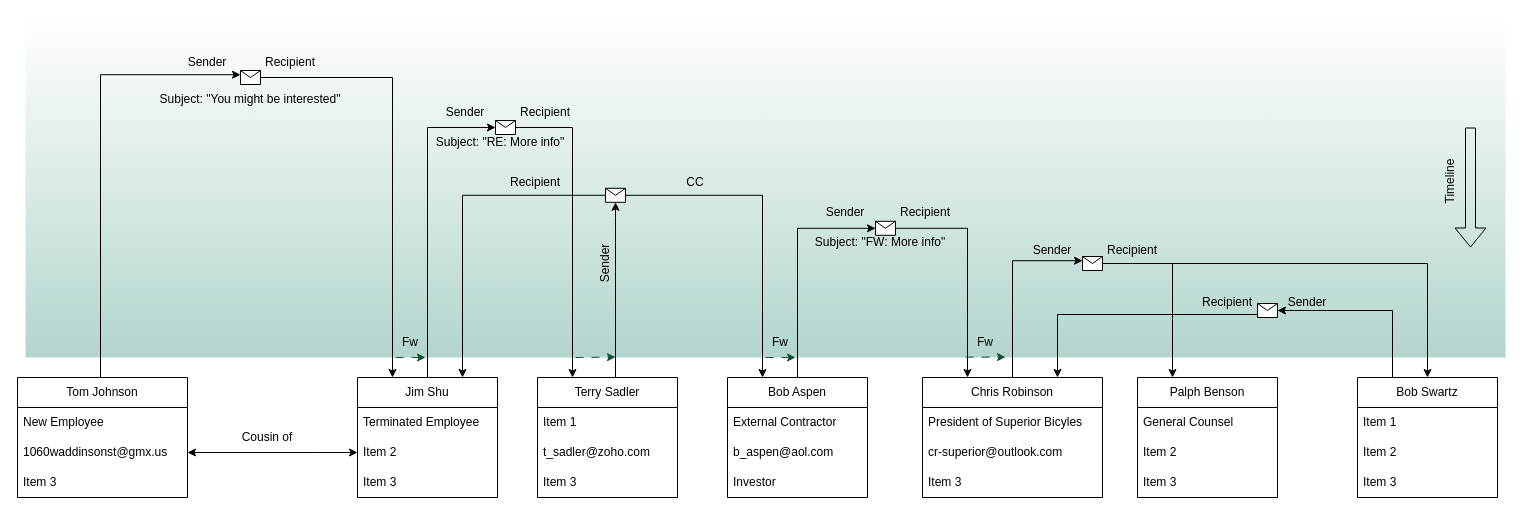
This is Untitled Diagram.drawio from Jeenix/info-sec, a draw.io file, before an edit. Source tidied: cells renumbered, new cells numbered last; positions are measured from the earlier drawing's top-left corner, leaving out a move shared by most shapes. Both pictures are drawn from the tidied source at 100%, with x=0, y=0 at pixel (17, 17).
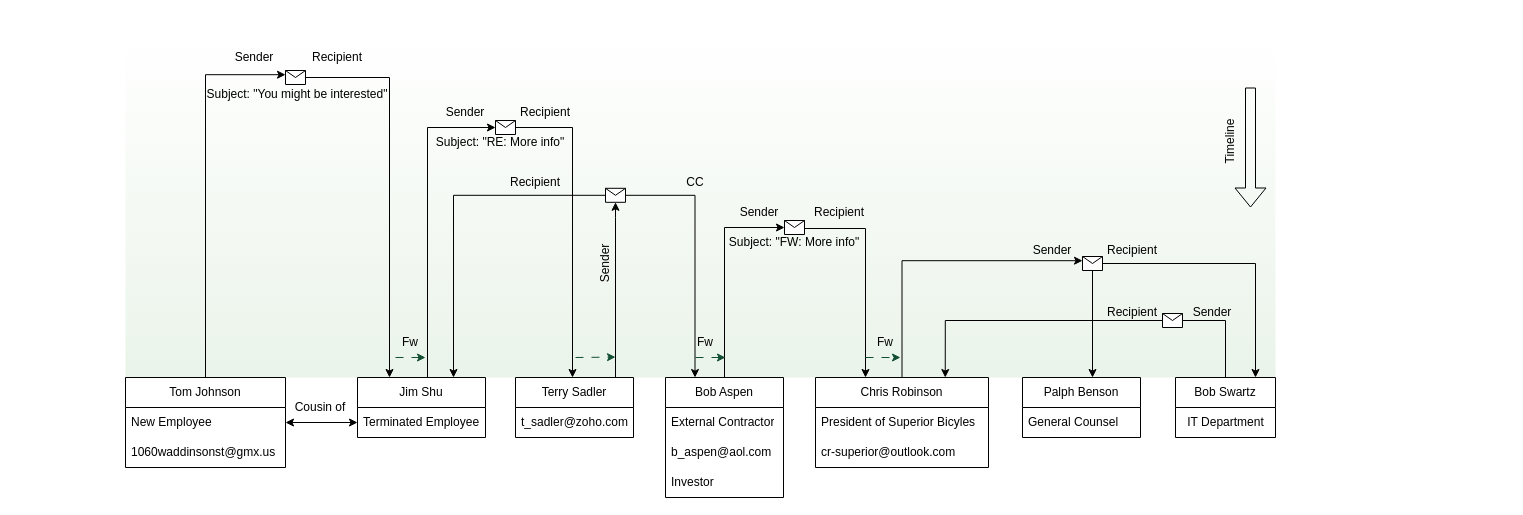
Above is the later version.

Unchanged cells that the change refers to:
```xml
<mxCell id="40" style="shape=message;html=1;outlineConnect=0;" parent="1" vertex="1">
  <mxGeometry x="478" y="103" width="20" height="14" as="geometry" />
</mxCell>
<mxCell id="43" style="shape=message;html=1;outlineConnect=0;" parent="1" vertex="1">
  <mxGeometry x="588" y="170.8" width="20" height="14" as="geometry" />
</mxCell>
<mxCell id="62" style="shape=message;html=1;outlineConnect=0;" parent="1" vertex="1">
  <mxGeometry x="1065" y="239" width="20" height="14" as="geometry" />
</mxCell>
```

What changed in the source:
```diff
@@
-    <mxCell id="2" style="rounded=0;whiteSpace=wrap;html=1;opacity=50;fillColor=#FFFFFF;strokeColor=none;gradientColor=#67AB9F;" parent="1" vertex="1">
-      <mxGeometry x="8" width="1480" height="340" as="geometry" />
+    <mxCell id="2" style="rounded=0;whiteSpace=wrap;html=1;opacity=50;fillColor=#FFFFFF;strokeColor=none;gradientColor=#D5E8D4;" parent="1" vertex="1">
+      <mxGeometry x="108" y="20" width="1150" height="340" as="geometry" />
     </mxCell>
-    <mxCell id="3" style="edgeStyle=orthogonalEdgeStyle;rounded=0;jettySize=auto;html=1;entryX=0;entryY=0.3;entryDx=0;entryDy=0;" parent="1" edge="1" source="4" target="45">
+    <mxCell id="3" style="edgeStyle=orthogonalEdgeStyle;rounded=0;jettySize=auto;html=1;entryX=0;entryY=0.3;entryDx=0;entryDy=0;exitX=0.5;exitY=0;exitDx=0;exitDy=0;" parent="1" edge="1" source="4" target="45">
       <mxGeometry relative="1" as="geometry">
         <Array as="points">
-          <mxPoint x="83" y="57" />
+          <mxPoint x="188" y="57" />
         </Array>
       </mxGeometry>
     </mxCell>
     <mxCell id="4" value="Tom Johnson" style="swimlane;fontStyle=0;horizontal=1;startSize=30;whiteSpace=wrap;html=1;" parent="1" vertex="1">
-      <mxGeometry y="360" width="170" height="120" as="geometry" />
+      <mxGeometry x="108" y="360" width="160" height="90" as="geometry" />
     </mxCell>
     <mxCell id="5" value="New Employee" style="text;strokeColor=none;fillColor=none;align=left;verticalAlign=middle;spacingLeft=4;spacingRight=4;overflow=hidden;points=[[0,0.5],[1,0.5]];portConstraint=eastwest;whiteSpace=wrap;html=1;" parent="4" vertex="1">
-      <mxGeometry y="30" width="170" height="30" as="geometry" />
+      <mxGeometry y="30" width="160" height="30" as="geometry" />
     </mxCell>
     <mxCell id="6" value="1060waddinsonst@gmx.us" style="text;strokeColor=none;fillColor=none;align=left;verticalAlign=middle;spacingLeft=4;spacingRight=4;overflow=hidden;points=[[0,0.5],[1,0.5]];portConstraint=eastwest;whiteSpace=wrap;html=1;" parent="4" vertex="1">
-      <mxGeometry y="60" width="170" height="30" as="geometry" />
+      <mxGeometry y="60" width="160" height="30" as="geometry" />
     </mxCell>
-    <mxCell id="7" value="Item 3" style="text;strokeColor=none;fillColor=none;align=left;verticalAlign=middle;spacingLeft=4;spacingRight=4;overflow=hidden;whiteSpace=wrap;html=1;" parent="4" vertex="1">
-      <mxGeometry y="90" width="170" height="30" as="geometry" />
-    </mxCell>
     <mxCell id="8" value="Jim Shu" style="swimlane;fontStyle=0;horizontal=1;startSize=30;whiteSpace=wrap;html=1;" parent="1" vertex="1">
-      <mxGeometry x="340" y="360" width="140" height="120" as="geometry" />
+      <mxGeometry x="340" y="360" width="128" height="60" as="geometry" />
     </mxCell>
     <mxCell id="9" value="Terminated Employee" style="text;strokeColor=none;fillColor=none;align=left;verticalAlign=middle;spacingLeft=4;spacingRight=4;overflow=hidden;points=[[0,0.5],[1,0.5]];portConstraint=eastwest;whiteSpace=wrap;html=1;" parent="8" vertex="1">
-      <mxGeometry y="30" width="140" height="30" as="geometry" />
+      <mxGeometry y="30" width="128" height="30" as="geometry" />
     </mxCell>
-    <mxCell id="10" value="Item 2" style="text;strokeColor=none;fillColor=none;align=left;verticalAlign=middle;spacingLeft=4;spacingRight=4;overflow=hidden;points=[[0,0.5],[1,0.5]];portConstraint=eastwest;whiteSpace=wrap;html=1;" parent="8" vertex="1">
-      <mxGeometry y="60" width="140" height="30" as="geometry" />
-    </mxCell>
-    <mxCell id="11" value="Item 3" style="text;strokeColor=none;fillColor=none;align=left;verticalAlign=middle;spacingLeft=4;spacingRight=4;overflow=hidden;whiteSpace=wrap;html=1;" parent="8" vertex="1">
-      <mxGeometry y="90" width="140" height="30" as="geometry" />
-    </mxCell>
-    <mxCell id="12" style="edgeStyle=orthogonalEdgeStyle;rounded=0;jettySize=auto;html=1;entryX=1;entryY=0.5;entryDx=0;entryDy=0;startArrow=classic;startFill=1;" parent="1" edge="1" source="10" target="6">
-      <mxGeometry relative="1" as="geometry">
-        <Array as="points">
-          <mxPoint x="300" y="435" />
-          <mxPoint x="300" y="435" />
-        </Array>
-      </mxGeometry>
-    </mxCell>
     <mxCell id="13" value="Cousin of" style="text;html=1;strokeColor=none;fillColor=none;align=center;verticalAlign=middle;whiteSpace=wrap;rounded=0;" parent="1" vertex="1">
-      <mxGeometry x="220" y="405" width="60" height="30" as="geometry" />
+      <mxGeometry x="273" y="375" width="60" height="30" as="geometry" />
     </mxCell>
     <mxCell id="14" style="edgeStyle=orthogonalEdgeStyle;rounded=0;jettySize=auto;html=1;exitX=0.5;exitY=0;exitDx=0;exitDy=0;entryX=0;entryY=0.3;entryDx=0;entryDy=0;" parent="1" edge="1" source="15" target="62">
-      <mxGeometry relative="1" as="geometry" />
+      <mxGeometry relative="1" as="geometry">
+        <Array as="points">
+          <mxPoint x="885" y="243" />
+        </Array>
+      </mxGeometry>
     </mxCell>
     <mxCell id="15" value="Chris Robinson" style="swimlane;fontStyle=0;horizontal=1;startSize=30;whiteSpace=wrap;html=1;" parent="1" vertex="1">
-      <mxGeometry x="905" y="360" width="180" height="120" as="geometry" />
+      <mxGeometry x="798" y="360" width="173" height="90" as="geometry" />
     </mxCell>
     <mxCell id="16" value="President of Superior Bicyles" style="text;strokeColor=none;fillColor=none;align=left;verticalAlign=middle;spacingLeft=4;spacingRight=4;overflow=hidden;whiteSpace=wrap;html=1;" parent="15" vertex="1">
-      <mxGeometry y="30" width="180" height="30" as="geometry" />
+      <mxGeometry y="30" width="173" height="30" as="geometry" />
     </mxCell>
     <mxCell id="17" value="cr-superior@outlook.com" style="text;strokeColor=none;fillColor=none;align=left;verticalAlign=middle;spacingLeft=4;spacingRight=4;overflow=hidden;whiteSpace=wrap;html=1;" parent="15" vertex="1">
-      <mxGeometry y="60" width="180" height="30" as="geometry" />
+      <mxGeometry y="60" width="173" height="30" as="geometry" />
     </mxCell>
-    <mxCell id="18" value="Item 3" style="text;strokeColor=none;fillColor=none;align=left;verticalAlign=middle;spacingLeft=4;spacingRight=4;overflow=hidden;whiteSpace=wrap;html=1;" parent="15" vertex="1">
-      <mxGeometry y="90" width="180" height="30" as="geometry" />
-    </mxCell>
@@
     <mxCell id="20" value="Bob Aspen" style="swimlane;fontStyle=0;horizontal=1;startSize=30;whiteSpace=wrap;html=1;" parent="1" vertex="1">
-      <mxGeometry x="710" y="360" width="140" height="120" as="geometry" />
+      <mxGeometry x="648" y="360" width="118" height="120" as="geometry" />
     </mxCell>
     <mxCell id="21" value="External Contractor" style="text;strokeColor=none;fillColor=none;align=left;verticalAlign=middle;spacingLeft=4;spacingRight=4;overflow=hidden;whiteSpace=wrap;html=1;" parent="20" vertex="1">
-      <mxGeometry y="30" width="140" height="30" as="geometry" />
+      <mxGeometry y="30" width="118" height="30" as="geometry" />
     </mxCell>
     <mxCell id="22" value="b_aspen@aol.com" style="text;strokeColor=none;fillColor=none;align=left;verticalAlign=middle;spacingLeft=4;spacingRight=4;overflow=hidden;whiteSpace=wrap;html=1;" parent="20" vertex="1">
-      <mxGeometry y="60" width="140" height="30" as="geometry" />
+      <mxGeometry y="60" width="118" height="30" as="geometry" />
     </mxCell>
     <mxCell id="23" value="Investor" style="text;strokeColor=none;fillColor=none;align=left;verticalAlign=middle;spacingLeft=4;spacingRight=4;overflow=hidden;whiteSpace=wrap;html=1;" parent="20" vertex="1">
-      <mxGeometry y="90" width="140" height="30" as="geometry" />
+      <mxGeometry y="90" width="118" height="30" as="geometry" />
     </mxCell>
     <mxCell id="24" value="Palph Benson" style="swimlane;fontStyle=0;horizontal=1;startSize=30;whiteSpace=wrap;html=1;" parent="1" vertex="1">
-      <mxGeometry x="1120" y="360" width="140" height="120" as="geometry" />
+      <mxGeometry x="1005" y="360" width="118" height="60" as="geometry" />
     </mxCell>
     <mxCell id="25" value="General Counsel&amp;nbsp;" style="text;strokeColor=none;fillColor=none;align=left;verticalAlign=middle;spacingLeft=4;spacingRight=4;overflow=hidden;whiteSpace=wrap;html=1;" parent="24" vertex="1">
-      <mxGeometry y="30" width="140" height="30" as="geometry" />
+      <mxGeometry y="30" width="118" height="30" as="geometry" />
     </mxCell>
-    <mxCell id="26" value="Item 2" style="text;strokeColor=none;fillColor=none;align=left;verticalAlign=middle;spacingLeft=4;spacingRight=4;overflow=hidden;whiteSpace=wrap;html=1;" parent="24" vertex="1">
-      <mxGeometry y="60" width="140" height="30" as="geometry" />
-    </mxCell>
-    <mxCell id="27" value="Item 3" style="text;strokeColor=none;fillColor=none;align=left;verticalAlign=middle;spacingLeft=4;spacingRight=4;overflow=hidden;whiteSpace=wrap;html=1;" parent="24" vertex="1">
-      <mxGeometry y="90" width="140" height="30" as="geometry" />
-    </mxCell>
@@
     <mxCell id="29" value="Terry Sadler" style="swimlane;fontStyle=0;horizontal=1;startSize=30;whiteSpace=wrap;html=1;" parent="1" vertex="1">
-      <mxGeometry x="520" y="360" width="140" height="120" as="geometry" />
+      <mxGeometry x="498" y="360" width="118" height="60" as="geometry" />
     </mxCell>
-    <mxCell id="30" value="Item 1" style="text;strokeColor=none;fillColor=none;align=left;verticalAlign=middle;spacingLeft=4;spacingRight=4;overflow=hidden;whiteSpace=wrap;html=1;" parent="29" vertex="1">
-      <mxGeometry y="30" width="140" height="30" as="geometry" />
-    </mxCell>
     <mxCell id="31" value="t_sadler@zoho.com" style="text;strokeColor=none;fillColor=none;align=left;verticalAlign=middle;spacingLeft=4;spacingRight=4;overflow=hidden;whiteSpace=wrap;html=1;" parent="29" vertex="1">
-      <mxGeometry y="60" width="140" height="30" as="geometry" />
+      <mxGeometry y="30" width="118" height="30" as="geometry" />
     </mxCell>
-    <mxCell id="32" value="Item 3" style="text;strokeColor=none;fillColor=none;align=left;verticalAlign=middle;spacingLeft=4;spacingRight=4;overflow=hidden;whiteSpace=wrap;html=1;" parent="29" vertex="1">
-      <mxGeometry y="90" width="140" height="30" as="geometry" />
-    </mxCell>
     <mxCell id="33" style="edgeStyle=orthogonalEdgeStyle;rounded=0;jettySize=auto;html=1;exitX=0;exitY=0.5;exitDx=0;exitDy=0;entryX=0.75;entryY=0;entryDx=0;entryDy=0;" parent="1" edge="1" source="64" target="15">
       <mxGeometry relative="1" as="geometry">
         <Array as="points">
-          <mxPoint x="1040" y="297" />
+          <mxPoint x="928" y="303" />
         </Array>
       </mxGeometry>
     </mxCell>
     <mxCell id="34" value="Bob Swartz" style="swimlane;fontStyle=0;horizontal=1;startSize=30;whiteSpace=wrap;html=1;" parent="1" vertex="1">
-      <mxGeometry x="1340" y="360" width="140" height="120" as="geometry" />
+      <mxGeometry x="1158" y="360" width="100" height="60" as="geometry" />
     </mxCell>
-    <mxCell id="35" value="Item 1" style="text;strokeColor=none;fillColor=none;align=left;verticalAlign=middle;spacingLeft=4;spacingRight=4;overflow=hidden;whiteSpace=wrap;html=1;" parent="34" vertex="1">
-      <mxGeometry y="30" width="140" height="30" as="geometry" />
-    </mxCell>
-    <mxCell id="36" value="Item 2" style="text;strokeColor=none;fillColor=none;align=left;verticalAlign=middle;spacingLeft=4;spacingRight=4;overflow=hidden;whiteSpace=wrap;html=1;" parent="34" vertex="1">
-      <mxGeometry y="60" width="140" height="30" as="geometry" />
-    </mxCell>
-    <mxCell id="37" value="Item 3" style="text;strokeColor=none;fillColor=none;align=left;verticalAlign=middle;spacingLeft=4;spacingRight=4;overflow=hidden;whiteSpace=wrap;html=1;" parent="34" vertex="1">
-      <mxGeometry y="90" width="140" height="30" as="geometry" />
-    </mxCell>
+    <mxCell id="83" value="IT Department" style="text;html=1;align=center;verticalAlign=middle;strokeColor=none;fillColor=none;" parent="34" vertex="1">
+      <mxGeometry y="30" width="100" height="30" as="geometry" />
+    </mxCell>
@@
-    <mxCell id="39" style="edgeStyle=orthogonalEdgeStyle;rounded=0;jettySize=auto;html=1;entryX=0.25;entryY=0;entryDx=0;entryDy=0;" parent="1" edge="1" source="40" target="29">
+    <mxCell id="39" style="edgeStyle=orthogonalEdgeStyle;rounded=0;jettySize=auto;html=1;" parent="1" edge="1" source="40">
       <mxGeometry relative="1" as="geometry">
+        <mxPoint x="555" y="360" as="targetPoint" />
         <Array as="points">
           <mxPoint x="555" y="110" />
         </Array>
       </mxGeometry>
     </mxCell>
@@
     <mxCell id="42" style="edgeStyle=orthogonalEdgeStyle;rounded=0;jettySize=auto;html=1;entryX=0.25;entryY=0;entryDx=0;entryDy=0;" parent="1" edge="1" source="43" target="20">
       <mxGeometry relative="1" as="geometry">
         <Array as="points">
-          <mxPoint x="745" y="178" />
+          <mxPoint x="678" y="178" />
+          <mxPoint x="678" y="360" />
         </Array>
       </mxGeometry>
     </mxCell>
@@
     <mxCell id="45" style="shape=message;html=1;outlineConnect=0;" parent="1" vertex="1">
-      <mxGeometry x="223" y="53" width="20" height="14" as="geometry" />
+      <mxGeometry x="268" y="53" width="20" height="14" as="geometry" />
     </mxCell>
@@
-    <mxCell id="48" style="edgeStyle=orthogonalEdgeStyle;rounded=0;jettySize=auto;html=1;entryX=0.25;entryY=0;entryDx=0;entryDy=0;" parent="1" edge="1" source="49" target="15">
+    <mxCell id="48" style="edgeStyle=orthogonalEdgeStyle;rounded=0;jettySize=auto;html=1;" parent="1" edge="1" source="49">
       <mxGeometry relative="1" as="geometry">
+        <mxPoint x="848" y="360" as="targetPoint" />
         <Array as="points">
-          <mxPoint x="950" y="211" />
+          <mxPoint x="848" y="211" />
+          <mxPoint x="848" y="360" />
         </Array>
       </mxGeometry>
     </mxCell>
-    <mxCell id="49" style="shape=message;html=1;outlineConnect=0;" parent="1" vertex="1">
-      <mxGeometry x="858" y="203.8" width="20" height="14" as="geometry" />
-    </mxCell>
     <mxCell id="50" style="group;" parent="1" vertex="1">
-      <mxGeometry x="1418" y="110" width="35" height="120" as="geometry" />
+      <mxGeometry x="1198" y="70" width="35" height="120" as="geometry" />
     </mxCell>
@@
     <mxCell id="57" style="endArrow=classic;html=1;rounded=0;dashed=1;dashPattern=8 8;strokeColor=#124f32;" parent="1" edge="1">
       <mxGeometry relative="1" as="geometry">
-        <mxPoint x="748" y="340" as="sourcePoint" />
-        <mxPoint x="778" y="340" as="targetPoint" />
+        <mxPoint x="678" y="340" as="sourcePoint" />
+        <mxPoint x="708" y="340" as="targetPoint" />
       </mxGeometry>
     </mxCell>
@@
     <mxCell id="59" value="Fw" style="text;html=1;strokeColor=none;fillColor=none;align=center;verticalAlign=middle;whiteSpace=wrap;rounded=0;" parent="1" vertex="1">
-      <mxGeometry x="733" y="310" width="60" height="30" as="geometry" />
+      <mxGeometry x="658" y="310" width="60" height="30" as="geometry" />
     </mxCell>
-    <mxCell id="60" style="edgeStyle=orthogonalEdgeStyle;rounded=0;jettySize=auto;html=1;entryX=0.25;entryY=0;entryDx=0;entryDy=0;" parent="1" edge="1" source="62" target="24">
+    <mxCell id="60" style="edgeStyle=orthogonalEdgeStyle;rounded=0;jettySize=auto;html=1;" parent="1" edge="1" source="62">
       <mxGeometry relative="1" as="geometry">
+        <mxPoint x="1075" y="360" as="targetPoint" />
         <Array as="points">
-          <mxPoint x="1155" y="246" />
+          <mxPoint x="1075" y="360" />
         </Array>
       </mxGeometry>
     </mxCell>
-    <mxCell id="61" style="edgeStyle=orthogonalEdgeStyle;rounded=0;jettySize=auto;html=1;entryX=0.5;entryY=0;entryDx=0;entryDy=0;" parent="1" edge="1" source="62" target="34">
-      <mxGeometry relative="1" as="geometry" />
+    <mxCell id="61" style="edgeStyle=orthogonalEdgeStyle;rounded=0;jettySize=auto;html=1;" parent="1" edge="1" source="62">
+      <mxGeometry relative="1" as="geometry">
+        <mxPoint x="1238" y="360" as="targetPoint" />
+        <Array as="points">
+          <mxPoint x="1238" y="246" />
+          <mxPoint x="1238" y="360" />
+        </Array>
+      </mxGeometry>
     </mxCell>
@@
-    <mxCell id="63" style="edgeStyle=orthogonalEdgeStyle;rounded=0;jettySize=auto;html=1;exitX=0.25;exitY=0;exitDx=0;exitDy=0;entryX=1;entryY=0.5;entryDx=0;entryDy=0;" parent="1" edge="1" source="34" target="64">
-      <mxGeometry relative="1" as="geometry">
-        <Array as="points">
-          <mxPoint x="1375" y="293" />
-        </Array>
-      </mxGeometry>
-    </mxCell>
+    <mxCell id="84" style="edgeStyle=orthogonalEdgeStyle;rounded=0;jettySize=auto;html=1;entryX=0.5;entryY=0;entryDx=0;entryDy=0;endArrow=none;endFill=0;" parent="1" edge="1" source="64" target="34">
+      <mxGeometry relative="1" as="geometry">
+        <Array as="points">
+          <mxPoint x="1208" y="303" />
+        </Array>
+      </mxGeometry>
+    </mxCell>
     <mxCell id="64" style="shape=message;html=1;outlineConnect=0;" parent="1" vertex="1">
-      <mxGeometry x="1240" y="286" width="20" height="14" as="geometry" />
+      <mxGeometry x="1145" y="296" width="20" height="14" as="geometry" />
     </mxCell>
     <mxCell id="65" style="group;" parent="1" vertex="1">
-      <mxGeometry x="133" y="30" width="200" height="67" as="geometry" />
+      <mxGeometry x="180" y="25" width="200" height="67" as="geometry" />
     </mxCell>
@@
     <mxCell id="73" style="group;" parent="1" vertex="1">
-      <mxGeometry x="778" y="180" width="170" height="60" as="geometry" />
+      <mxGeometry x="692" y="180" width="170" height="60" as="geometry" />
     </mxCell>
@@
+    <mxCell id="49" style="shape=message;html=1;outlineConnect=0;" parent="73" vertex="1">
+      <mxGeometry x="75" y="23" width="20" height="14" as="geometry" />
+    </mxCell>
@@
     <mxCell id="79" value="Sender" style="text;html=1;strokeColor=none;fillColor=none;align=center;verticalAlign=middle;whiteSpace=wrap;rounded=0;" parent="1" vertex="1">
-      <mxGeometry x="1260" y="270" width="60" height="30" as="geometry" />
+      <mxGeometry x="1165" y="280" width="60" height="30" as="geometry" />
     </mxCell>
     <mxCell id="80" value="Recipient" style="text;html=1;strokeColor=none;fillColor=none;align=center;verticalAlign=middle;whiteSpace=wrap;rounded=0;" parent="1" vertex="1">
-      <mxGeometry x="1180" y="270" width="60" height="30" as="geometry" />
+      <mxGeometry x="1085" y="280" width="60" height="30" as="geometry" />
     </mxCell>
-    <mxCell id="81" style="endArrow=classic;html=1;rounded=0;dashed=1;dashPattern=8 8;strokeColor=#124f32;" parent="1" edge="1">
+    <mxCell id="81" style="endArrow=classic;html=1;rounded=0;dashed=1;dashPattern=8 8;strokeColor=#124f32;entryX=0.75;entryY=1;entryDx=0;entryDy=0;" parent="1" edge="1" target="82">
       <mxGeometry relative="1" as="geometry">
-        <mxPoint x="948" y="339.6" as="sourcePoint" />
-        <mxPoint x="988" y="339.6" as="targetPoint" />
+        <mxPoint x="848" y="340" as="sourcePoint" />
       </mxGeometry>
     </mxCell>
     <mxCell id="82" value="Fw" style="text;html=1;strokeColor=none;fillColor=none;align=center;verticalAlign=middle;whiteSpace=wrap;rounded=0;" parent="1" vertex="1">
-      <mxGeometry x="938" y="310" width="60" height="30" as="geometry" />
+      <mxGeometry x="838" y="310" width="60" height="30" as="geometry" />
     </mxCell>
+    <mxCell id="85" style="edgeStyle=orthogonalEdgeStyle;rounded=0;jettySize=auto;html=1;entryX=1;entryY=0.5;entryDx=0;entryDy=0;startArrow=classic;startFill=1;" parent="1" edge="1" source="9" target="5">
+      <mxGeometry relative="1" as="geometry" />
+    </mxCell>
```
